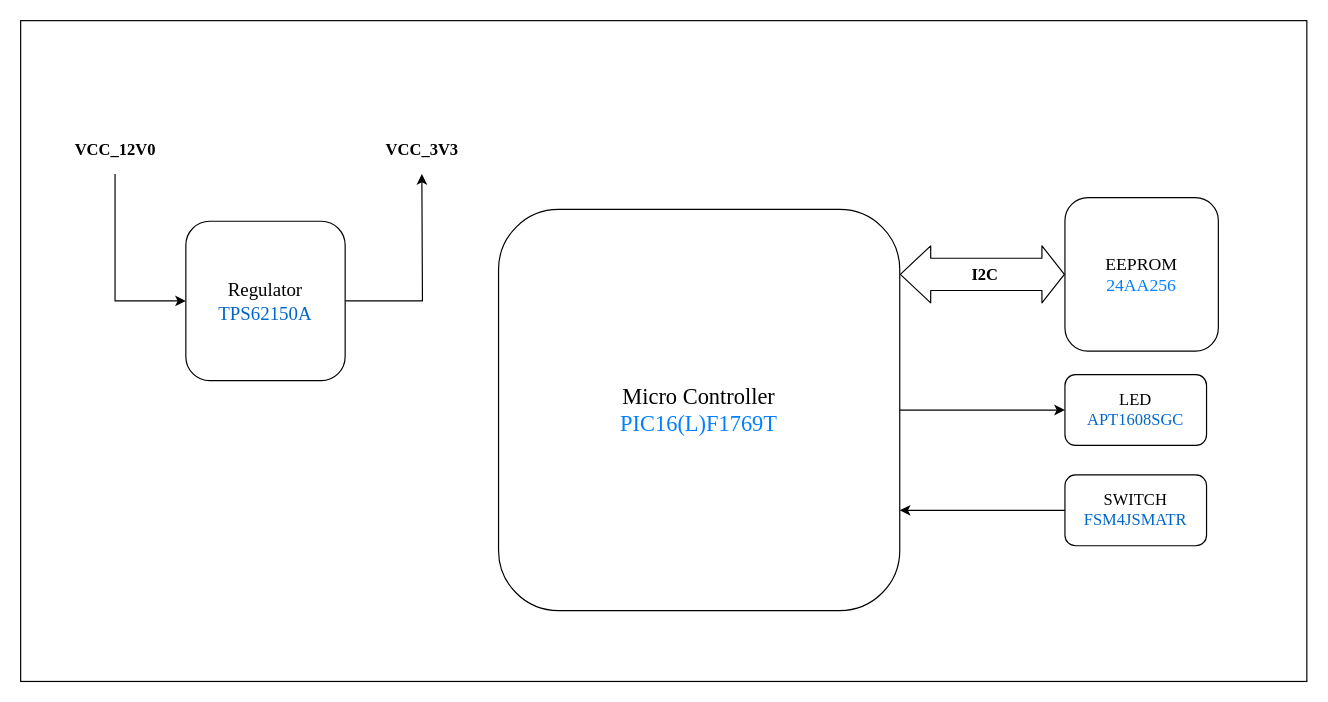
francis-job/BLOCK_DIAGRAMS keeps this draw.io diagram as page "Page-1" (1 of 6) of Untitled Diagram.drawio. Above is the earlier version. Source tidied: cells renumbered, new cells numbered last; positions are measured from the earlier drawing's top-left corner, leaving out a move shared by most shapes. Both pictures are drawn from the tidied source at 118%, with x=0, y=0 at pixel (20, 20).
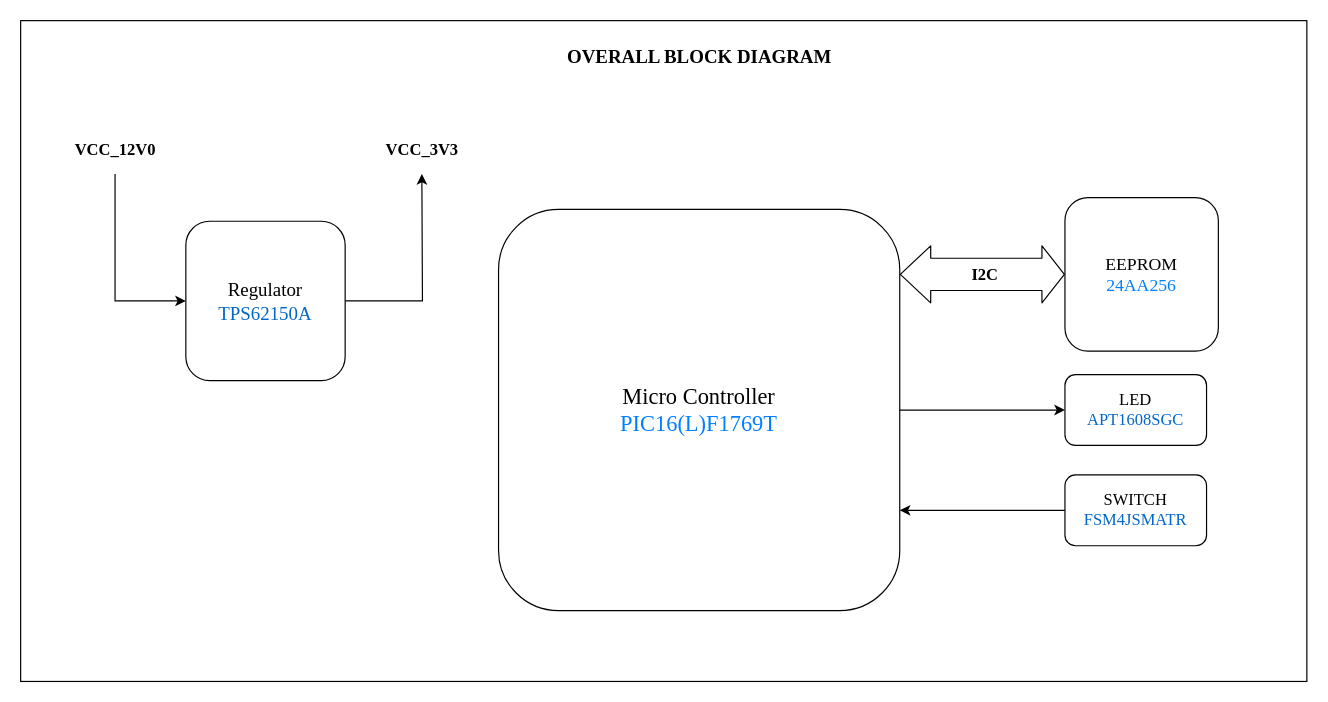
Above is the later version.

What changed in the source:
```diff
@@
+    <mxCell id="16" value="&lt;font face=&quot;Times New Roman&quot; size=&quot;1&quot;&gt;&lt;b style=&quot;font-size: 16px&quot;&gt;OVERALL BLOCK DIAGRAM&lt;/b&gt;&lt;/font&gt;" style="text;html=1;align=center;verticalAlign=middle;" parent="1" vertex="1">
+      <mxGeometry x="455" y="20" width="240" height="20" as="geometry" />
+    </mxCell>
```
